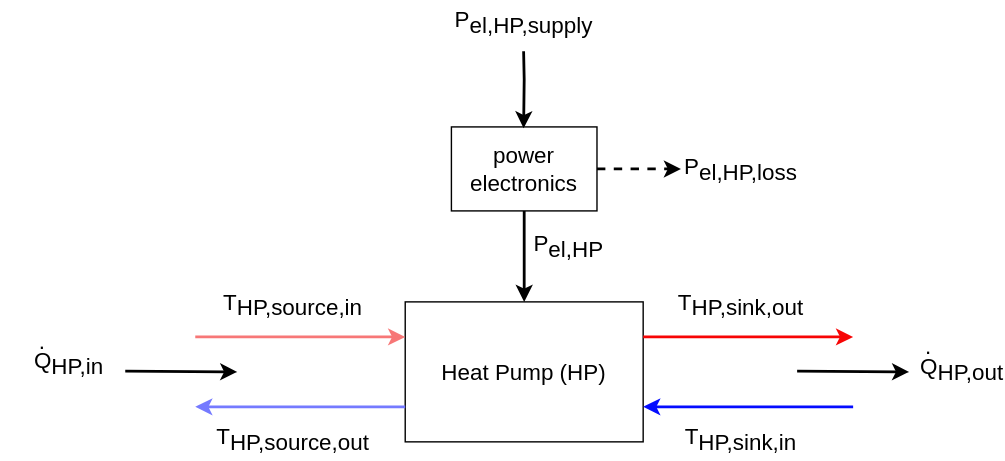
This is docs/fig/221006_HeatPump_Energyflow.svg from QuaSi-Software/Documentation, a draw.io export, as it was before one commit. Source tidied: cells renumbered, new cells last; positions are measured from the earlier drawing's top-left corner, leaving out a move shared by most shapes.
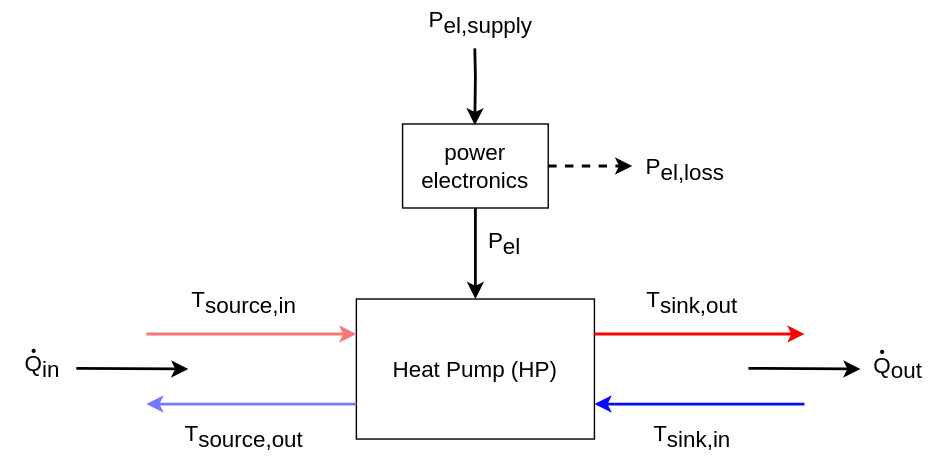
After the commit.

Commit message:
Remove use of prefix HP for naming variables of a heat pump.

What changed in the source:
```diff
@@ -44,31 +44,28 @@
         <mxPoint x="649" y="265" as="targetPoint" />
       </mxGeometry>
     </mxCell>
-    <mxCell id="10" value="Q&lt;sub style=&quot;font-size: 16px;&quot;&gt;HP,in&lt;/sub&gt;" style="text;html=1;strokeColor=none;fillColor=none;align=center;verticalAlign=middle;whiteSpace=wrap;rounded=0;fontSize=16;" parent="1" vertex="1">
-      <mxGeometry x="19" y="244" width="60" height="30" as="geometry" />
+    <mxCell id="10" value="Q&lt;sub style=&quot;font-size: 16px;&quot;&gt;in&lt;/sub&gt;" style="text;html=1;strokeColor=none;fillColor=none;align=center;verticalAlign=middle;whiteSpace=wrap;rounded=0;fontSize=16;" parent="1" vertex="1">
+      <mxGeometry x="35" y="248" width="60" height="30" as="geometry" />
     </mxCell>
-    <mxCell id="11" value="Q&lt;sub style=&quot;font-size: 16px;&quot;&gt;HP,out&lt;/sub&gt;" style="text;html=1;strokeColor=none;fillColor=none;align=center;verticalAlign=middle;whiteSpace=wrap;rounded=0;fontSize=16;" parent="1" vertex="1">
-      <mxGeometry x="657" y="248" width="60" height="30" as="geometry" />
+    <mxCell id="11" value="Q&lt;sub style=&quot;font-size: 16px;&quot;&gt;out&lt;/sub&gt;" style="text;html=1;strokeColor=none;fillColor=none;align=center;verticalAlign=middle;whiteSpace=wrap;rounded=0;fontSize=16;" parent="1" vertex="1">
+      <mxGeometry x="646" y="249" width="60" height="30" as="geometry" />
     </mxCell>
-    <mxCell id="12" value="&lt;span style=&quot;font-size: 16px;&quot;&gt;P&lt;sub style=&quot;font-size: 16px;&quot;&gt;el,HP&lt;/sub&gt;&lt;/span&gt;" style="text;html=1;strokeColor=none;fillColor=none;align=center;verticalAlign=middle;whiteSpace=wrap;rounded=0;fontSize=16;" parent="1" vertex="1">
-      <mxGeometry x="376" y="160" width="60" height="30" as="geometry" />
+    <mxCell id="12" value="&lt;span style=&quot;font-size: 16px;&quot;&gt;P&lt;sub style=&quot;font-size: 16px;&quot;&gt;el&lt;/sub&gt;&lt;/span&gt;" style="text;html=1;strokeColor=none;fillColor=none;align=center;verticalAlign=middle;whiteSpace=wrap;rounded=0;fontSize=16;" parent="1" vertex="1">
+      <mxGeometry x="365" y="160" width="60" height="30" as="geometry" />
     </mxCell>
-    <mxCell id="13" value="." style="text;html=1;strokeColor=none;fillColor=none;align=center;verticalAlign=middle;whiteSpace=wrap;rounded=0;fontSize=16;" parent="1" vertex="1">
-      <mxGeometry y="228" width="60" height="30" as="geometry" />
+    <mxCell id="13" value="." style="text;html=1;strokeColor=none;fillColor=none;align=center;verticalAlign=middle;whiteSpace=wrap;rounded=0;fontSize=25;fontFamily=Garamond;" parent="1" vertex="1">
+      <mxGeometry x="56" y="239" width="6" height="12" as="geometry" />
     </mxCell>
-    <mxCell id="14" value="." style="text;html=1;strokeColor=none;fillColor=none;align=center;verticalAlign=middle;whiteSpace=wrap;rounded=0;fontSize=16;" parent="1" vertex="1">
-      <mxGeometry x="633" y="232" width="60" height="30" as="geometry" />
-    </mxCell>
-    <mxCell id="15" value="T&lt;sub style=&quot;font-size: 16px;&quot;&gt;HP,source,in&lt;/sub&gt;" style="text;html=1;strokeColor=none;fillColor=none;align=center;verticalAlign=middle;whiteSpace=wrap;rounded=0;fontSize=16;" parent="1" vertex="1">
+    <mxCell id="15" value="T&lt;sub style=&quot;font-size: 16px;&quot;&gt;source,in&lt;/sub&gt;" style="text;html=1;strokeColor=none;fillColor=none;align=center;verticalAlign=middle;whiteSpace=wrap;rounded=0;fontSize=16;" parent="1" vertex="1">
       <mxGeometry x="179" y="202" width="60" height="30" as="geometry" />
     </mxCell>
-    <mxCell id="16" value="T&lt;sub style=&quot;font-size: 16px;&quot;&gt;HP,source,out&lt;/sub&gt;" style="text;html=1;strokeColor=none;fillColor=none;align=center;verticalAlign=middle;whiteSpace=wrap;rounded=0;fontSize=16;" parent="1" vertex="1">
+    <mxCell id="16" value="T&lt;sub style=&quot;font-size: 16px;&quot;&gt;source,out&lt;/sub&gt;" style="text;html=1;strokeColor=none;fillColor=none;align=center;verticalAlign=middle;whiteSpace=wrap;rounded=0;fontSize=16;" parent="1" vertex="1">
       <mxGeometry x="179" y="298" width="60" height="30" as="geometry" />
     </mxCell>
-    <mxCell id="17" value="T&lt;sub style=&quot;font-size: 16px;&quot;&gt;HP,sink,out&lt;/sub&gt;" style="text;html=1;strokeColor=none;fillColor=none;align=center;verticalAlign=middle;whiteSpace=wrap;rounded=0;fontSize=16;" parent="1" vertex="1">
+    <mxCell id="17" value="T&lt;sub style=&quot;font-size: 16px;&quot;&gt;sink,out&lt;/sub&gt;" style="text;html=1;strokeColor=none;fillColor=none;align=center;verticalAlign=middle;whiteSpace=wrap;rounded=0;fontSize=16;" parent="1" vertex="1">
       <mxGeometry x="499" y="202" width="60" height="30" as="geometry" />
     </mxCell>
-    <mxCell id="18" value="T&lt;sub style=&quot;font-size: 16px;&quot;&gt;HP,sink,in&lt;/sub&gt;" style="text;html=1;strokeColor=none;fillColor=none;align=center;verticalAlign=middle;whiteSpace=wrap;rounded=0;fontSize=16;" parent="1" vertex="1">
+    <mxCell id="18" value="T&lt;sub style=&quot;font-size: 16px;&quot;&gt;sink,in&lt;/sub&gt;" style="text;html=1;strokeColor=none;fillColor=none;align=center;verticalAlign=middle;whiteSpace=wrap;rounded=0;fontSize=16;" parent="1" vertex="1">
       <mxGeometry x="499" y="298" width="60" height="30" as="geometry" />
     </mxCell>
     <mxCell id="19" value="&lt;font color=&quot;#000000&quot;&gt;power electronics&lt;/font&gt;" style="rounded=0;whiteSpace=wrap;html=1;fontSize=16;fontColor=#FF4A4A;" parent="1" vertex="1">
@@ -83,8 +80,8 @@
         </Array>
       </mxGeometry>
     </mxCell>
-    <mxCell id="21" value="&lt;span style=&quot;font-size: 16px;&quot;&gt;P&lt;sub style=&quot;font-size: 16px;&quot;&gt;el,HP,supply&lt;/sub&gt;&lt;/span&gt;" style="text;html=1;strokeColor=none;fillColor=none;align=center;verticalAlign=middle;whiteSpace=wrap;rounded=0;fontSize=16;" parent="1" vertex="1">
-      <mxGeometry x="344" width="60" height="30" as="geometry" />
+    <mxCell id="21" value="&lt;span style=&quot;font-size: 16px;&quot;&gt;P&lt;sub style=&quot;font-size: 16px;&quot;&gt;el,supply&lt;/sub&gt;&lt;/span&gt;" style="text;html=1;strokeColor=none;fillColor=none;align=center;verticalAlign=middle;whiteSpace=wrap;rounded=0;fontSize=16;" parent="1" vertex="1">
+      <mxGeometry x="348" y="2" width="60" height="30" as="geometry" />
     </mxCell>
     <mxCell id="22" style="endArrow=classic;html=1;rounded=0;strokeColor=#000000;strokeWidth=2;fontSize=16;exitX=1;exitY=0.5;exitDx=0;exitDy=0;dashed=1;" parent="1" edge="1" source="19">
       <mxGeometry relative="1" as="geometry">
@@ -94,8 +91,11 @@
         </Array>
       </mxGeometry>
     </mxCell>
-    <mxCell id="23" value="&lt;span style=&quot;font-size: 16px;&quot;&gt;P&lt;sub style=&quot;font-size: 16px;&quot;&gt;el,HP,loss&lt;/sub&gt;&lt;/span&gt;" style="text;html=1;strokeColor=none;fillColor=none;align=center;verticalAlign=middle;whiteSpace=wrap;rounded=0;fontSize=16;" parent="1" vertex="1">
-      <mxGeometry x="499" y="105" width="60" height="30" as="geometry" />
+    <mxCell id="23" value="&lt;span style=&quot;font-size: 16px;&quot;&gt;P&lt;sub style=&quot;font-size: 16px;&quot;&gt;el,loss&lt;/sub&gt;&lt;/span&gt;" style="text;html=1;strokeColor=none;fillColor=none;align=center;verticalAlign=middle;whiteSpace=wrap;rounded=0;fontSize=16;" parent="1" vertex="1">
+      <mxGeometry x="494" y="107" width="60" height="30" as="geometry" />
     </mxCell>
+    <mxCell id="14" value="." style="text;html=1;strokeColor=none;fillColor=none;align=center;verticalAlign=middle;whiteSpace=wrap;rounded=0;fontSize=25;fontFamily=Garamond;" parent="1" vertex="1">
+      <mxGeometry x="662" y="240" width="6" height="12" as="geometry" />
+    </mxCell>
   </root>
 </mxGraphModel>
```
